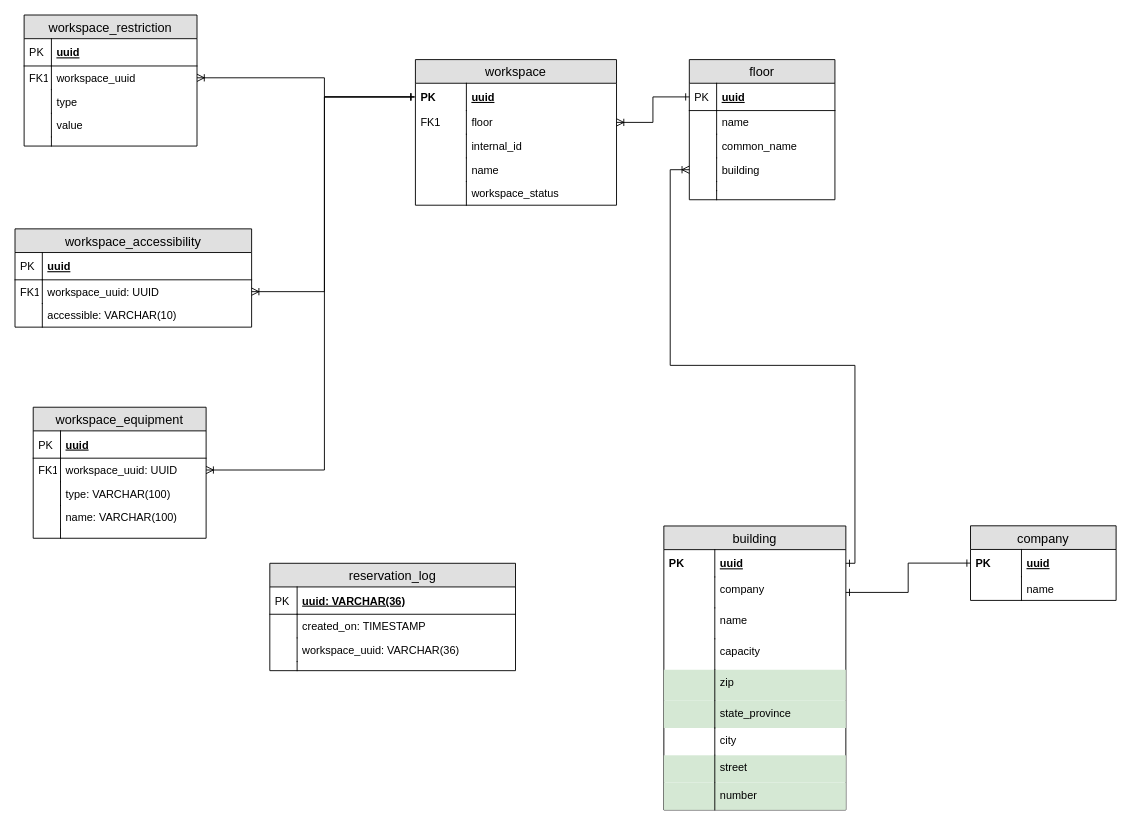
This is housekeeper-service-erd.drawio from MaslovD/project-zebra-diagrams, a draw.io file, before an edit. Source tidied: cells renumbered, new cells numbered last; positions are measured from the earlier drawing's top-left corner, leaving out a move shared by most shapes. Both pictures are drawn from the tidied source at 91%, with x=0, y=0 at pixel (15, 15).
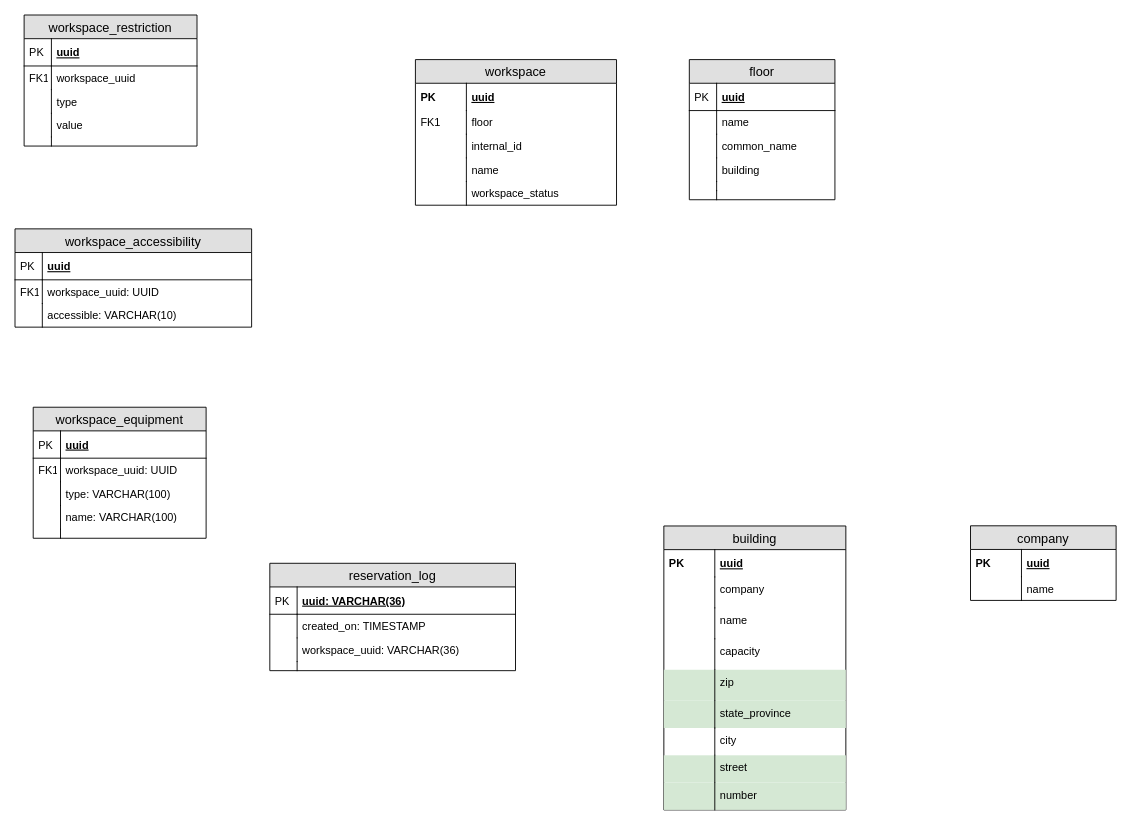
The same page after the edit.

Unchanged cells that the change refers to:
```xml
<mxCell id="3" value="uuid" style="shape=partialRectangle;top=0;left=0;right=0;bottom=0;align=left;verticalAlign=middle;fillColor=none;spacingLeft=60;spacingRight=4;overflow=hidden;points=[[0,0.5],[1,0.5]];portConstraint=eastwest;fontStyle=5;fontSize=12;" parent="2" vertex="1">
  <mxGeometry y="26" width="160" height="30" as="geometry" />
</mxCell>
<mxCell id="8" value="uuid" style="shape=partialRectangle;top=0;left=0;right=0;bottom=0;align=left;verticalAlign=middle;fillColor=none;spacingLeft=60;spacingRight=4;overflow=hidden;points=[[0,0.5],[1,0.5]];portConstraint=eastwest;fontStyle=5;fontSize=12;perimeterSpacing=1;" parent="7" vertex="1">
  <mxGeometry y="26" width="221" height="30" as="geometry" />
</mxCell>
<mxCell id="10" value="floor" style="shape=partialRectangle;top=0;left=0;right=0;bottom=0;align=left;verticalAlign=top;fillColor=none;spacingLeft=60;spacingRight=4;overflow=hidden;points=[[0,0.5],[1,0.5]];portConstraint=eastwest;fontSize=12;" parent="7" vertex="1">
  <mxGeometry y="56" width="221" height="26" as="geometry" />
</mxCell>
<mxCell id="19" value="uuid" style="shape=partialRectangle;top=0;left=0;right=0;bottom=0;align=left;verticalAlign=middle;fillColor=none;spacingLeft=60;spacingRight=4;overflow=hidden;points=[[0,0.5],[1,0.5]];portConstraint=eastwest;fontStyle=5;fontSize=12;" parent="18" vertex="1">
  <mxGeometry y="26" width="200" height="30" as="geometry" />
</mxCell>
<mxCell id="21" value="company" style="shape=partialRectangle;top=0;left=0;right=0;bottom=0;align=left;verticalAlign=top;fillColor=none;spacingLeft=60;spacingRight=4;overflow=hidden;points=[[0,0.5],[1,0.5]];portConstraint=eastwest;fontSize=12;" parent="18" vertex="1">
  <mxGeometry y="56" width="200" height="34" as="geometry" />
</mxCell>
<mxCell id="50" value="workspace_uuid" style="shape=partialRectangle;top=0;left=0;right=0;bottom=0;align=left;verticalAlign=top;fillColor=none;spacingLeft=34;spacingRight=4;overflow=hidden;points=[[0,0.5],[1,0.5]];portConstraint=eastwest;fontSize=12;" parent="47" vertex="1">
  <mxGeometry y="56" width="190" height="26" as="geometry" />
</mxCell>
<mxCell id="60" value="uuid" style="shape=partialRectangle;top=0;left=0;right=0;bottom=1;align=left;verticalAlign=middle;fillColor=none;spacingLeft=34;spacingRight=4;overflow=hidden;points=[[0,0.5],[1,0.5]];portConstraint=eastwest;fontStyle=5;fontSize=12;" parent="59" vertex="1">
  <mxGeometry y="26" width="160" height="30" as="geometry" />
</mxCell>
<mxCell id="66" value="building" style="shape=partialRectangle;top=0;left=0;right=0;bottom=0;align=left;verticalAlign=top;fillColor=none;spacingLeft=34;spacingRight=4;overflow=hidden;points=[[0,0.5],[1,0.5]];portConstraint=eastwest;fontSize=12;" parent="59" vertex="1">
  <mxGeometry y="108" width="160" height="26" as="geometry" />
</mxCell>
<mxCell id="77" value="workspace_uuid: UUID" style="shape=partialRectangle;top=0;left=0;right=0;bottom=0;align=left;verticalAlign=top;fillColor=none;spacingLeft=34;spacingRight=4;overflow=hidden;points=[[0,0.5],[1,0.5]];portConstraint=eastwest;fontSize=12;" parent="74" vertex="1">
  <mxGeometry y="56" width="190" height="26" as="geometry" />
</mxCell>
<mxCell id="89" value="workspace_uuid: UUID" style="shape=partialRectangle;top=0;left=0;right=0;bottom=0;align=left;verticalAlign=top;fillColor=none;spacingLeft=34;spacingRight=4;overflow=hidden;points=[[0,0.5],[1,0.5]];portConstraint=eastwest;fontSize=12;" parent="86" vertex="1">
  <mxGeometry y="56" width="260" height="26" as="geometry" />
</mxCell>
```

What changed in the source:
```diff
@@
-    <mxCell id="37" style="edgeStyle=orthogonalEdgeStyle;rounded=0;jettySize=auto;html=1;exitX=0;exitY=0.5;exitDx=0;exitDy=0;startArrow=ERone;startFill=0;endArrow=ERone;endFill=0;" parent="1" edge="1" source="3" target="21">
-      <mxGeometry relative="1" as="geometry" />
-    </mxCell>
@@
-    <mxCell id="58" style="fontSize=12;html=1;endArrow=ERoneToMany;strokeColor=#000000;entryX=1;entryY=0.5;entryDx=0;entryDy=0;rounded=0;edgeStyle=orthogonalEdgeStyle;startArrow=ERone;startFill=0;exitX=0;exitY=0.5;exitDx=0;exitDy=0;" parent="1" edge="1" source="8" target="50">
-      <mxGeometry relative="1" as="geometry">
-        <Array as="points">
-          <mxPoint x="340" y="90" />
-          <mxPoint x="340" y="69" />
-        </Array>
-      </mxGeometry>
-    </mxCell>
@@
-    <mxCell id="72" style="edgeStyle=orthogonalEdgeStyle;fontSize=12;html=1;endArrow=ERoneToMany;strokeColor=#000000;rounded=0;startArrow=ERone;startFill=0;" parent="1" edge="1" source="60" target="10">
-      <mxGeometry relative="1" as="geometry" />
-    </mxCell>
-    <mxCell id="73" style="edgeStyle=orthogonalEdgeStyle;fontSize=12;html=1;endArrow=ERoneToMany;strokeColor=#000000;rounded=0;startArrow=ERone;startFill=0;" parent="1" edge="1" source="19" target="66">
-      <mxGeometry relative="1" as="geometry">
-        <Array as="points">
-          <mxPoint x="923" y="603" />
-          <mxPoint x="923" y="385" />
-          <mxPoint x="720" y="385" />
-          <mxPoint x="720" y="170" />
-        </Array>
-      </mxGeometry>
-    </mxCell>
@@
-    <mxCell id="85" style="edgeStyle=orthogonalEdgeStyle;rounded=0;jettySize=auto;html=1;entryX=0;entryY=0.5;entryDx=0;entryDy=0;startArrow=ERoneToMany;startFill=0;endArrow=ERone;endFill=0;" parent="1" edge="1" source="77" target="8">
-      <mxGeometry relative="1" as="geometry">
-        <Array as="points">
-          <mxPoint x="340" y="500" />
-          <mxPoint x="340" y="90" />
-        </Array>
-      </mxGeometry>
-    </mxCell>
@@
-    <mxCell id="93" style="edgeStyle=orthogonalEdgeStyle;rounded=0;jettySize=auto;html=1;entryX=0;entryY=0.5;entryDx=0;entryDy=0;startArrow=ERoneToMany;startFill=0;endArrow=ERone;endFill=0;exitX=1;exitY=0.5;exitDx=0;exitDy=0;" parent="1" edge="1" source="89" target="8">
-      <mxGeometry relative="1" as="geometry">
-        <Array as="points">
-          <mxPoint x="340" y="304" />
-          <mxPoint x="340" y="90" />
-        </Array>
-      </mxGeometry>
-    </mxCell>
```
